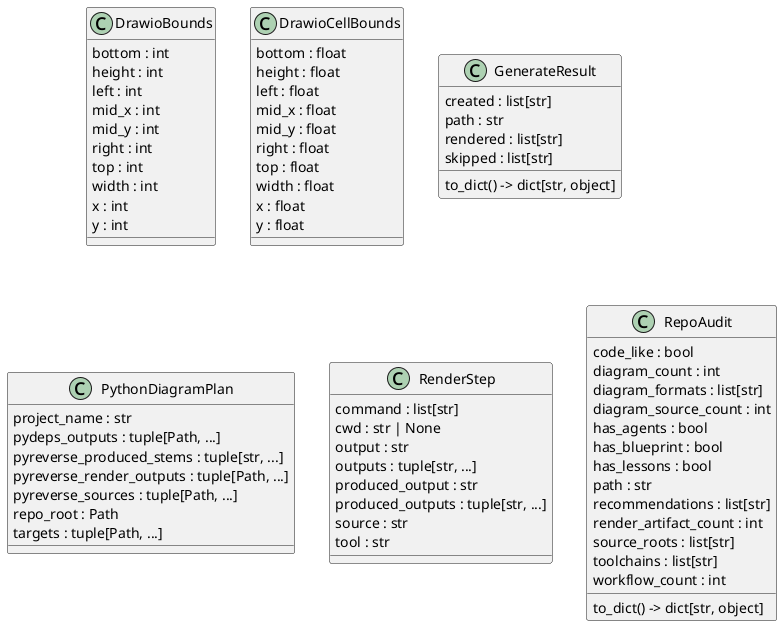
Above: docs/diagrams/python-classes.puml.png in casonk/archility (PlantUML), before the change.
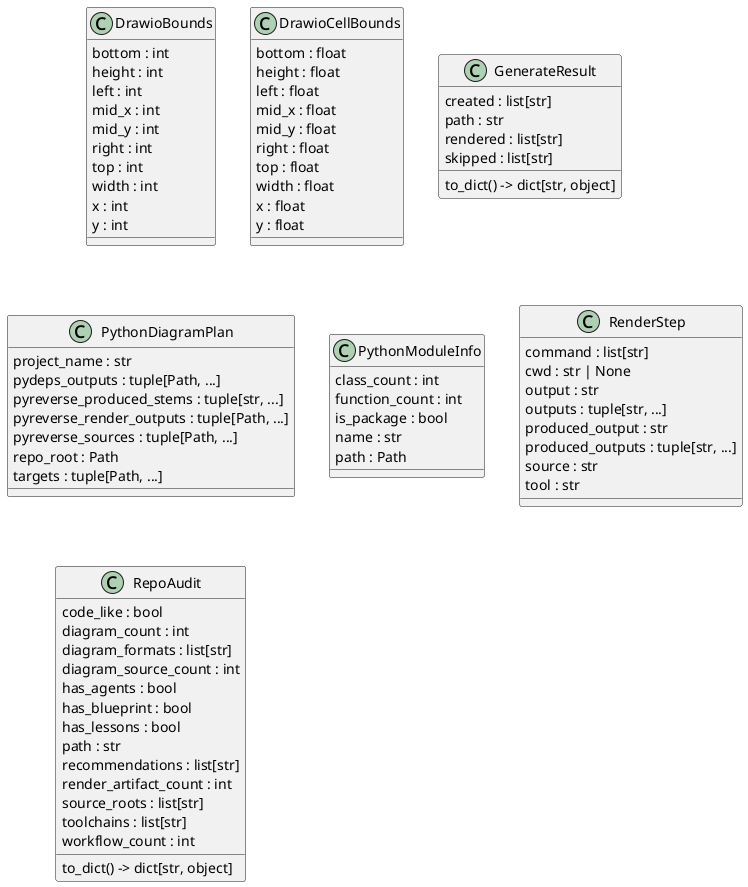
After the change.

Change to the diagram source:
```diff
@@ -40,6 +40,13 @@
   repo_root : Path
   targets : tuple[Path, ...]
 }
+class "PythonModuleInfo" as archility.render.PythonModuleInfo {
+  class_count : int
+  function_count : int
+  is_package : bool
+  name : str
+  path : Path
+}
 class "RenderStep" as archility.render.RenderStep {
   command : list[str]
   cwd : str | None
```
